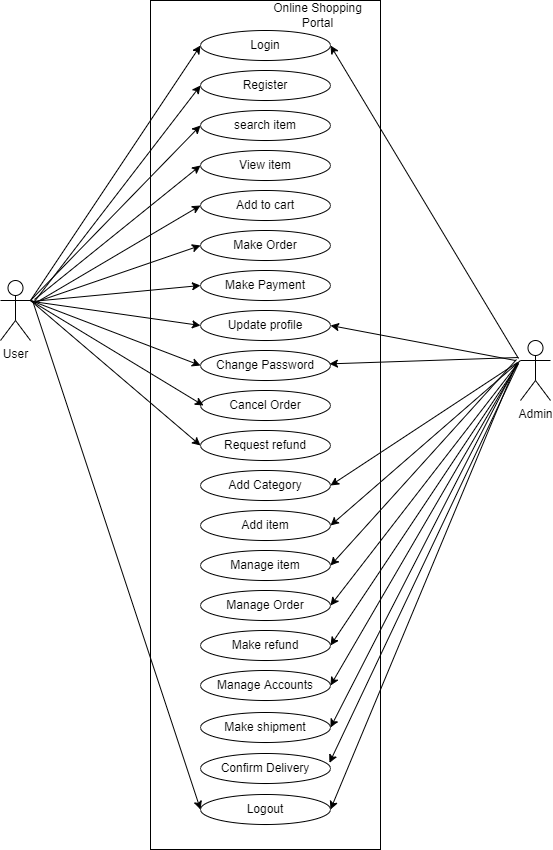
Above: Day-10 Object Modelling diagrams/Online shopping portal/usecase diagram.drawio.png in Mydhili-murali/ust-prograd-training (draw.io), before the change. Source tidied: cells renumbered, new cells last; positions are measured from the earlier drawing's top-left corner, leaving out a move shared by most shapes. Source of this version:
```xml
<mxGraphModel>
  <root>
    <mxCell id="0" />
    <mxCell id="1" parent="0" />
    <mxCell id="2" style="whiteSpace=wrap;html=1;" parent="1" vertex="1">
      <mxGeometry x="150" width="230" height="849" as="geometry" />
    </mxCell>
    <mxCell id="3" value="User" style="shape=umlActor;verticalLabelPosition=bottom;verticalAlign=top;html=1;outlineConnect=0;" parent="1" vertex="1">
      <mxGeometry y="280" width="30" height="60" as="geometry" />
    </mxCell>
    <mxCell id="4" value="Admin" style="shape=umlActor;verticalLabelPosition=bottom;verticalAlign=top;html=1;" parent="1" vertex="1">
      <mxGeometry x="520" y="340" width="30" height="60" as="geometry" />
    </mxCell>
    <mxCell id="5" value="Login" style="ellipse;whiteSpace=wrap;html=1;" parent="1" vertex="1">
      <mxGeometry x="200" y="30" width="130" height="30" as="geometry" />
    </mxCell>
    <mxCell id="6" value="Online Shopping Portal" style="text;html=1;strokeColor=none;fillColor=none;align=center;verticalAlign=middle;whiteSpace=wrap;rounded=0;" parent="1" vertex="1">
      <mxGeometry x="270" width="95" height="30" as="geometry" />
    </mxCell>
    <mxCell id="7" value="Register" style="ellipse;whiteSpace=wrap;html=1;" parent="1" vertex="1">
      <mxGeometry x="200" y="70" width="130" height="30" as="geometry" />
    </mxCell>
    <mxCell id="8" value="search item" style="ellipse;whiteSpace=wrap;html=1;" parent="1" vertex="1">
      <mxGeometry x="200" y="110" width="130" height="30" as="geometry" />
    </mxCell>
    <mxCell id="9" value="View item" style="ellipse;whiteSpace=wrap;html=1;" parent="1" vertex="1">
      <mxGeometry x="200" y="150" width="130" height="30" as="geometry" />
    </mxCell>
    <mxCell id="10" value="Add to cart" style="ellipse;whiteSpace=wrap;html=1;" parent="1" vertex="1">
      <mxGeometry x="200" y="190" width="130" height="30" as="geometry" />
    </mxCell>
    <mxCell id="11" value="Make Order" style="ellipse;whiteSpace=wrap;html=1;" parent="1" vertex="1">
      <mxGeometry x="200" y="230" width="130" height="30" as="geometry" />
    </mxCell>
    <mxCell id="12" value="Make Payment&lt;span style=&quot;color: rgba(0 , 0 , 0 , 0) ; font-family: monospace ; font-size: 0px&quot;&gt;%3CmxGraphModel%3E%3Croot%3E%3CmxCell%20id%3D%220%22%2F%3E%3CmxCell%20id%3D%221%22%20parent%3D%220%22%2F%3E%3CmxCell%20id%3D%222%22%20value%3D%22Login%22%20style%3D%22ellipse%3BwhiteSpace%3Dwrap%3Bhtml%3D1%3B%22%20vertex%3D%221%22%20parent%3D%221%22%3E%3CmxGeometry%20x%3D%22320%22%20y%3D%22260%22%20width%3D%22130%22%20height%3D%2240%22%20as%3D%22geometry%22%2F%3E%3C%2FmxCell%3E%3C%2Froot%3E%3C%2FmxGraphModel%3E&lt;/span&gt;" style="ellipse;whiteSpace=wrap;html=1;" parent="1" vertex="1">
      <mxGeometry x="200" y="270" width="130" height="30" as="geometry" />
    </mxCell>
    <mxCell id="13" value="Update profile" style="ellipse;whiteSpace=wrap;html=1;" parent="1" vertex="1">
      <mxGeometry x="200" y="310" width="130" height="30" as="geometry" />
    </mxCell>
    <mxCell id="14" value="Change Password" style="ellipse;whiteSpace=wrap;html=1;" parent="1" vertex="1">
      <mxGeometry x="200" y="350" width="130" height="30" as="geometry" />
    </mxCell>
    <mxCell id="15" value="Cancel Order" style="ellipse;whiteSpace=wrap;html=1;" parent="1" vertex="1">
      <mxGeometry x="200" y="390" width="130" height="30" as="geometry" />
    </mxCell>
    <mxCell id="16" value="Request refund" style="ellipse;whiteSpace=wrap;html=1;" parent="1" vertex="1">
      <mxGeometry x="200" y="430" width="130" height="30" as="geometry" />
    </mxCell>
    <mxCell id="17" value="Add Category" style="ellipse;whiteSpace=wrap;html=1;" parent="1" vertex="1">
      <mxGeometry x="200" y="470" width="130" height="30" as="geometry" />
    </mxCell>
    <mxCell id="18" value="Add item" style="ellipse;whiteSpace=wrap;html=1;" parent="1" vertex="1">
      <mxGeometry x="200" y="510" width="130" height="30" as="geometry" />
    </mxCell>
    <mxCell id="19" value="Manage item" style="ellipse;whiteSpace=wrap;html=1;" parent="1" vertex="1">
      <mxGeometry x="200" y="550" width="130" height="30" as="geometry" />
    </mxCell>
    <mxCell id="20" value="Manage Order" style="ellipse;whiteSpace=wrap;html=1;" parent="1" vertex="1">
      <mxGeometry x="200" y="590" width="130" height="30" as="geometry" />
    </mxCell>
    <mxCell id="21" value="Make refund" style="ellipse;whiteSpace=wrap;html=1;" parent="1" vertex="1">
      <mxGeometry x="200" y="630" width="130" height="30" as="geometry" />
    </mxCell>
    <mxCell id="22" value="Logout" style="ellipse;whiteSpace=wrap;html=1;" parent="1" vertex="1">
      <mxGeometry x="200" y="794" width="130" height="30" as="geometry" />
    </mxCell>
    <mxCell id="23" value="Manage Accounts" style="ellipse;whiteSpace=wrap;html=1;" parent="1" vertex="1">
      <mxGeometry x="200" y="670" width="130" height="30" as="geometry" />
    </mxCell>
    <mxCell id="24" style="endArrow=classic;html=1;rounded=0;entryX=0;entryY=0.5;entryDx=0;entryDy=0;" parent="1" edge="1" target="16">
      <mxGeometry relative="1" as="geometry">
        <mxPoint x="30" y="300" as="sourcePoint" />
      </mxGeometry>
    </mxCell>
    <mxCell id="25" style="endArrow=classic;html=1;rounded=0;entryX=0;entryY=0.5;entryDx=0;entryDy=0;exitX=1;exitY=0.3333333333333333;exitDx=0;exitDy=0;exitPerimeter=0;" parent="1" edge="1" source="3">
      <mxGeometry relative="1" as="geometry">
        <mxPoint x="203" y="405" as="targetPoint" />
      </mxGeometry>
    </mxCell>
    <mxCell id="26" style="endArrow=classic;html=1;rounded=0;entryX=0;entryY=0.5;entryDx=0;entryDy=0;exitX=1;exitY=0.3333333333333333;exitDx=0;exitDy=0;exitPerimeter=0;" parent="1" edge="1" source="3" target="14">
      <mxGeometry relative="1" as="geometry" />
    </mxCell>
    <mxCell id="27" style="endArrow=classic;html=1;rounded=0;entryX=0;entryY=0.5;entryDx=0;entryDy=0;" parent="1" edge="1" target="13">
      <mxGeometry relative="1" as="geometry">
        <mxPoint x="32" y="301" as="sourcePoint" />
      </mxGeometry>
    </mxCell>
    <mxCell id="28" style="endArrow=classic;html=1;rounded=0;entryX=0;entryY=0.5;entryDx=0;entryDy=0;" parent="1" edge="1" target="12">
      <mxGeometry relative="1" as="geometry">
        <mxPoint x="31" y="301" as="sourcePoint" />
      </mxGeometry>
    </mxCell>
    <mxCell id="29" style="endArrow=classic;html=1;rounded=0;entryX=0;entryY=0.5;entryDx=0;entryDy=0;" parent="1" edge="1" target="11">
      <mxGeometry relative="1" as="geometry">
        <mxPoint x="34" y="302" as="sourcePoint" />
      </mxGeometry>
    </mxCell>
    <mxCell id="30" style="endArrow=classic;html=1;rounded=0;entryX=0;entryY=0.5;entryDx=0;entryDy=0;" parent="1" edge="1" target="10">
      <mxGeometry relative="1" as="geometry">
        <mxPoint x="34" y="303" as="sourcePoint" />
      </mxGeometry>
    </mxCell>
    <mxCell id="31" style="endArrow=classic;html=1;rounded=0;entryX=0;entryY=0.5;entryDx=0;entryDy=0;" parent="1" edge="1" target="9">
      <mxGeometry relative="1" as="geometry">
        <mxPoint x="34" y="299" as="sourcePoint" />
      </mxGeometry>
    </mxCell>
    <mxCell id="32" style="endArrow=classic;html=1;rounded=0;exitX=1;exitY=0.3333333333333333;exitDx=0;exitDy=0;exitPerimeter=0;entryX=0;entryY=0.5;entryDx=0;entryDy=0;" parent="1" edge="1" source="3" target="8">
      <mxGeometry relative="1" as="geometry" />
    </mxCell>
    <mxCell id="33" style="endArrow=classic;html=1;rounded=0;entryX=0;entryY=0.5;entryDx=0;entryDy=0;" parent="1" edge="1" target="7">
      <mxGeometry relative="1" as="geometry">
        <mxPoint x="34" y="301" as="sourcePoint" />
      </mxGeometry>
    </mxCell>
    <mxCell id="34" style="endArrow=classic;html=1;rounded=0;exitX=1;exitY=0.3333333333333333;exitDx=0;exitDy=0;exitPerimeter=0;entryX=0;entryY=0.5;entryDx=0;entryDy=0;" parent="1" edge="1" source="3" target="5">
      <mxGeometry relative="1" as="geometry" />
    </mxCell>
    <mxCell id="35" style="endArrow=classic;html=1;rounded=0;entryX=1;entryY=0.5;entryDx=0;entryDy=0;" parent="1" edge="1" target="5">
      <mxGeometry relative="1" as="geometry">
        <mxPoint x="518" y="358" as="sourcePoint" />
      </mxGeometry>
    </mxCell>
    <mxCell id="36" style="endArrow=classic;html=1;rounded=0;entryX=0.778;entryY=0.428;entryDx=0;entryDy=0;entryPerimeter=0;" parent="1" edge="1" target="2">
      <mxGeometry relative="1" as="geometry">
        <mxPoint x="518" y="357" as="sourcePoint" />
      </mxGeometry>
    </mxCell>
    <mxCell id="37" style="endArrow=classic;html=1;rounded=0;entryX=1;entryY=0.5;entryDx=0;entryDy=0;" parent="1" edge="1" target="17">
      <mxGeometry relative="1" as="geometry">
        <mxPoint x="517" y="362" as="sourcePoint" />
      </mxGeometry>
    </mxCell>
    <mxCell id="38" style="endArrow=classic;html=1;rounded=0;entryX=1;entryY=0.5;entryDx=0;entryDy=0;" parent="1" edge="1" target="18">
      <mxGeometry relative="1" as="geometry">
        <mxPoint x="520" y="360" as="sourcePoint" />
      </mxGeometry>
    </mxCell>
    <mxCell id="39" style="endArrow=classic;html=1;rounded=0;entryX=1;entryY=0.5;entryDx=0;entryDy=0;" parent="1" edge="1" target="19">
      <mxGeometry relative="1" as="geometry">
        <mxPoint x="516" y="359" as="sourcePoint" />
      </mxGeometry>
    </mxCell>
    <mxCell id="40" style="endArrow=classic;html=1;rounded=0;entryX=1;entryY=0.5;entryDx=0;entryDy=0;" parent="1" edge="1" target="20">
      <mxGeometry relative="1" as="geometry">
        <mxPoint x="515" y="366" as="sourcePoint" />
      </mxGeometry>
    </mxCell>
    <mxCell id="41" style="endArrow=classic;html=1;rounded=0;entryX=1;entryY=0.5;entryDx=0;entryDy=0;" parent="1" edge="1" target="21">
      <mxGeometry relative="1" as="geometry">
        <mxPoint x="518" y="363" as="sourcePoint" />
      </mxGeometry>
    </mxCell>
    <mxCell id="42" style="endArrow=classic;html=1;rounded=0;entryX=1;entryY=0.5;entryDx=0;entryDy=0;" parent="1" edge="1" target="23">
      <mxGeometry relative="1" as="geometry">
        <mxPoint x="518" y="362" as="sourcePoint" />
      </mxGeometry>
    </mxCell>
    <mxCell id="43" style="endArrow=classic;html=1;rounded=0;entryX=1;entryY=0.5;entryDx=0;entryDy=0;" parent="1" edge="1" target="22">
      <mxGeometry relative="1" as="geometry">
        <mxPoint x="516" y="363" as="sourcePoint" />
      </mxGeometry>
    </mxCell>
    <mxCell id="44" value="Make shipment" style="ellipse;whiteSpace=wrap;html=1;" parent="1" vertex="1">
      <mxGeometry x="200" y="712" width="130" height="30" as="geometry" />
    </mxCell>
    <mxCell id="45" value="Confirm Delivery" style="ellipse;whiteSpace=wrap;html=1;" parent="1" vertex="1">
      <mxGeometry x="200" y="753" width="130" height="30" as="geometry" />
    </mxCell>
    <mxCell id="46" style="endArrow=classic;html=1;rounded=0;entryX=0.778;entryY=0.898;entryDx=0;entryDy=0;entryPerimeter=0;" parent="1" edge="1" target="2">
      <mxGeometry relative="1" as="geometry">
        <mxPoint x="518" y="363" as="sourcePoint" />
      </mxGeometry>
    </mxCell>
    <mxCell id="47" style="endArrow=classic;html=1;rounded=0;entryX=1;entryY=0.5;entryDx=0;entryDy=0;" parent="1" edge="1" target="44">
      <mxGeometry relative="1" as="geometry">
        <mxPoint x="517" y="362" as="sourcePoint" />
      </mxGeometry>
    </mxCell>
    <mxCell id="48" style="endArrow=classic;html=1;rounded=0;entryX=1;entryY=0.5;entryDx=0;entryDy=0;" parent="1" edge="1" target="13">
      <mxGeometry relative="1" as="geometry">
        <mxPoint x="515" y="360" as="sourcePoint" />
      </mxGeometry>
    </mxCell>
    <mxCell id="49" style="endArrow=classic;html=1;rounded=0;entryX=0;entryY=0.5;entryDx=0;entryDy=0;" parent="1" edge="1" target="22">
      <mxGeometry relative="1" as="geometry">
        <mxPoint x="32" y="300" as="sourcePoint" />
      </mxGeometry>
    </mxCell>
  </root>
</mxGraphModel>
```
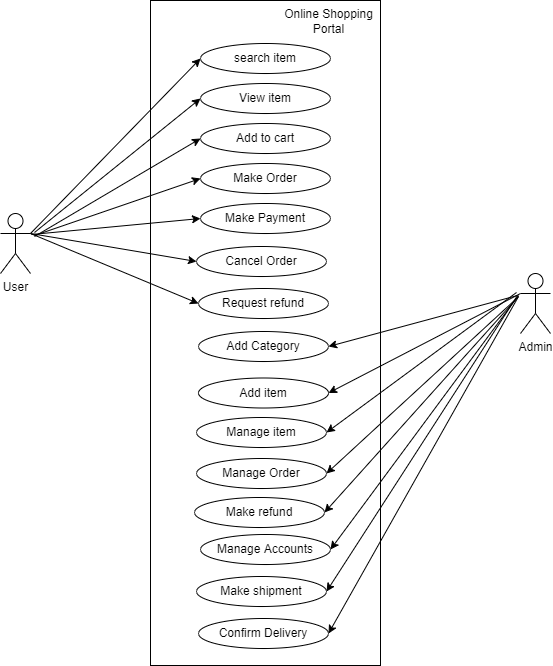
After the commit.

The edit, as a diff of the source:
```diff
@@ -3,7 +3,7 @@
     <mxCell id="0" />
     <mxCell id="1" parent="0" />
     <mxCell id="2" style="whiteSpace=wrap;html=1;" parent="1" vertex="1">
-      <mxGeometry x="150" width="230" height="849" as="geometry" />
+      <mxGeometry x="150" y="67" width="230" height="665" as="geometry" />
     </mxCell>
     <mxCell id="3" value="User" style="shape=umlActor;verticalLabelPosition=bottom;verticalAlign=top;html=1;outlineConnect=0;" parent="1" vertex="1">
       <mxGeometry y="280" width="30" height="60" as="geometry" />
@@ -11,15 +11,9 @@
     <mxCell id="4" value="Admin" style="shape=umlActor;verticalLabelPosition=bottom;verticalAlign=top;html=1;" parent="1" vertex="1">
       <mxGeometry x="520" y="340" width="30" height="60" as="geometry" />
     </mxCell>
-    <mxCell id="5" value="Login" style="ellipse;whiteSpace=wrap;html=1;" parent="1" vertex="1">
-      <mxGeometry x="200" y="30" width="130" height="30" as="geometry" />
-    </mxCell>
     <mxCell id="6" value="Online Shopping Portal" style="text;html=1;strokeColor=none;fillColor=none;align=center;verticalAlign=middle;whiteSpace=wrap;rounded=0;" parent="1" vertex="1">
-      <mxGeometry x="270" width="95" height="30" as="geometry" />
+      <mxGeometry x="281" y="73" width="95" height="30" as="geometry" />
     </mxCell>
-    <mxCell id="7" value="Register" style="ellipse;whiteSpace=wrap;html=1;" parent="1" vertex="1">
-      <mxGeometry x="200" y="70" width="130" height="30" as="geometry" />
-    </mxCell>
     <mxCell id="8" value="search item" style="ellipse;whiteSpace=wrap;html=1;" parent="1" vertex="1">
       <mxGeometry x="200" y="110" width="130" height="30" as="geometry" />
     </mxCell>
@@ -35,57 +29,38 @@
     <mxCell id="12" value="Make Payment&lt;span style=&quot;color: rgba(0 , 0 , 0 , 0) ; font-family: monospace ; font-size: 0px&quot;&gt;%3CmxGraphModel%3E%3Croot%3E%3CmxCell%20id%3D%220%22%2F%3E%3CmxCell%20id%3D%221%22%20parent%3D%220%22%2F%3E%3CmxCell%20id%3D%222%22%20value%3D%22Login%22%20style%3D%22ellipse%3BwhiteSpace%3Dwrap%3Bhtml%3D1%3B%22%20vertex%3D%221%22%20parent%3D%221%22%3E%3CmxGeometry%20x%3D%22320%22%20y%3D%22260%22%20width%3D%22130%22%20height%3D%2240%22%20as%3D%22geometry%22%2F%3E%3C%2FmxCell%3E%3C%2Froot%3E%3C%2FmxGraphModel%3E&lt;/span&gt;" style="ellipse;whiteSpace=wrap;html=1;" parent="1" vertex="1">
       <mxGeometry x="200" y="270" width="130" height="30" as="geometry" />
     </mxCell>
-    <mxCell id="13" value="Update profile" style="ellipse;whiteSpace=wrap;html=1;" parent="1" vertex="1">
-      <mxGeometry x="200" y="310" width="130" height="30" as="geometry" />
-    </mxCell>
-    <mxCell id="14" value="Change Password" style="ellipse;whiteSpace=wrap;html=1;" parent="1" vertex="1">
-      <mxGeometry x="200" y="350" width="130" height="30" as="geometry" />
-    </mxCell>
     <mxCell id="15" value="Cancel Order" style="ellipse;whiteSpace=wrap;html=1;" parent="1" vertex="1">
-      <mxGeometry x="200" y="390" width="130" height="30" as="geometry" />
+      <mxGeometry x="196" y="313" width="130" height="30" as="geometry" />
     </mxCell>
     <mxCell id="16" value="Request refund" style="ellipse;whiteSpace=wrap;html=1;" parent="1" vertex="1">
-      <mxGeometry x="200" y="430" width="130" height="30" as="geometry" />
+      <mxGeometry x="198" y="355" width="130" height="30" as="geometry" />
     </mxCell>
     <mxCell id="17" value="Add Category" style="ellipse;whiteSpace=wrap;html=1;" parent="1" vertex="1">
-      <mxGeometry x="200" y="470" width="130" height="30" as="geometry" />
+      <mxGeometry x="198" y="398" width="130" height="30" as="geometry" />
     </mxCell>
     <mxCell id="18" value="Add item" style="ellipse;whiteSpace=wrap;html=1;" parent="1" vertex="1">
-      <mxGeometry x="200" y="510" width="130" height="30" as="geometry" />
+      <mxGeometry x="198" y="444.5" width="130" height="30" as="geometry" />
     </mxCell>
     <mxCell id="19" value="Manage item" style="ellipse;whiteSpace=wrap;html=1;" parent="1" vertex="1">
-      <mxGeometry x="200" y="550" width="130" height="30" as="geometry" />
+      <mxGeometry x="196" y="484" width="130" height="30" as="geometry" />
     </mxCell>
     <mxCell id="20" value="Manage Order" style="ellipse;whiteSpace=wrap;html=1;" parent="1" vertex="1">
-      <mxGeometry x="200" y="590" width="130" height="30" as="geometry" />
+      <mxGeometry x="196" y="525" width="130" height="30" as="geometry" />
     </mxCell>
     <mxCell id="21" value="Make refund" style="ellipse;whiteSpace=wrap;html=1;" parent="1" vertex="1">
-      <mxGeometry x="200" y="630" width="130" height="30" as="geometry" />
+      <mxGeometry x="194" y="564" width="130" height="30" as="geometry" />
     </mxCell>
-    <mxCell id="22" value="Logout" style="ellipse;whiteSpace=wrap;html=1;" parent="1" vertex="1">
-      <mxGeometry x="200" y="794" width="130" height="30" as="geometry" />
-    </mxCell>
     <mxCell id="23" value="Manage Accounts" style="ellipse;whiteSpace=wrap;html=1;" parent="1" vertex="1">
-      <mxGeometry x="200" y="670" width="130" height="30" as="geometry" />
+      <mxGeometry x="200" y="601" width="130" height="30" as="geometry" />
     </mxCell>
     <mxCell id="24" style="endArrow=classic;html=1;rounded=0;entryX=0;entryY=0.5;entryDx=0;entryDy=0;" parent="1" edge="1" target="16">
       <mxGeometry relative="1" as="geometry">
         <mxPoint x="30" y="300" as="sourcePoint" />
       </mxGeometry>
     </mxCell>
-    <mxCell id="25" style="endArrow=classic;html=1;rounded=0;entryX=0;entryY=0.5;entryDx=0;entryDy=0;exitX=1;exitY=0.3333333333333333;exitDx=0;exitDy=0;exitPerimeter=0;" parent="1" edge="1" source="3">
-      <mxGeometry relative="1" as="geometry">
-        <mxPoint x="203" y="405" as="targetPoint" />
-      </mxGeometry>
+    <mxCell id="25" style="endArrow=classic;html=1;rounded=0;entryX=0;entryY=0.5;entryDx=0;entryDy=0;exitX=1;exitY=0.3333333333333333;exitDx=0;exitDy=0;exitPerimeter=0;" parent="1" edge="1" source="3" target="15">
+      <mxGeometry relative="1" as="geometry" />
     </mxCell>
-    <mxCell id="26" style="endArrow=classic;html=1;rounded=0;entryX=0;entryY=0.5;entryDx=0;entryDy=0;exitX=1;exitY=0.3333333333333333;exitDx=0;exitDy=0;exitPerimeter=0;" parent="1" edge="1" source="3" target="14">
-      <mxGeometry relative="1" as="geometry" />
-    </mxCell>
-    <mxCell id="27" style="endArrow=classic;html=1;rounded=0;entryX=0;entryY=0.5;entryDx=0;entryDy=0;" parent="1" edge="1" target="13">
-      <mxGeometry relative="1" as="geometry">
-        <mxPoint x="32" y="301" as="sourcePoint" />
-      </mxGeometry>
-    </mxCell>
     <mxCell id="28" style="endArrow=classic;html=1;rounded=0;entryX=0;entryY=0.5;entryDx=0;entryDy=0;" parent="1" edge="1" target="12">
       <mxGeometry relative="1" as="geometry">
         <mxPoint x="31" y="301" as="sourcePoint" />
@@ -109,24 +84,6 @@
     <mxCell id="32" style="endArrow=classic;html=1;rounded=0;exitX=1;exitY=0.3333333333333333;exitDx=0;exitDy=0;exitPerimeter=0;entryX=0;entryY=0.5;entryDx=0;entryDy=0;" parent="1" edge="1" source="3" target="8">
       <mxGeometry relative="1" as="geometry" />
     </mxCell>
-    <mxCell id="33" style="endArrow=classic;html=1;rounded=0;entryX=0;entryY=0.5;entryDx=0;entryDy=0;" parent="1" edge="1" target="7">
-      <mxGeometry relative="1" as="geometry">
-        <mxPoint x="34" y="301" as="sourcePoint" />
-      </mxGeometry>
-    </mxCell>
-    <mxCell id="34" style="endArrow=classic;html=1;rounded=0;exitX=1;exitY=0.3333333333333333;exitDx=0;exitDy=0;exitPerimeter=0;entryX=0;entryY=0.5;entryDx=0;entryDy=0;" parent="1" edge="1" source="3" target="5">
-      <mxGeometry relative="1" as="geometry" />
-    </mxCell>
-    <mxCell id="35" style="endArrow=classic;html=1;rounded=0;entryX=1;entryY=0.5;entryDx=0;entryDy=0;" parent="1" edge="1" target="5">
-      <mxGeometry relative="1" as="geometry">
-        <mxPoint x="518" y="358" as="sourcePoint" />
-      </mxGeometry>
-    </mxCell>
-    <mxCell id="36" style="endArrow=classic;html=1;rounded=0;entryX=0.778;entryY=0.428;entryDx=0;entryDy=0;entryPerimeter=0;" parent="1" edge="1" target="2">
-      <mxGeometry relative="1" as="geometry">
-        <mxPoint x="518" y="357" as="sourcePoint" />
-      </mxGeometry>
-    </mxCell>
     <mxCell id="37" style="endArrow=classic;html=1;rounded=0;entryX=1;entryY=0.5;entryDx=0;entryDy=0;" parent="1" edge="1" target="17">
       <mxGeometry relative="1" as="geometry">
         <mxPoint x="517" y="362" as="sourcePoint" />
@@ -157,18 +114,13 @@
         <mxPoint x="518" y="362" as="sourcePoint" />
       </mxGeometry>
     </mxCell>
-    <mxCell id="43" style="endArrow=classic;html=1;rounded=0;entryX=1;entryY=0.5;entryDx=0;entryDy=0;" parent="1" edge="1" target="22">
-      <mxGeometry relative="1" as="geometry">
-        <mxPoint x="516" y="363" as="sourcePoint" />
-      </mxGeometry>
-    </mxCell>
     <mxCell id="44" value="Make shipment" style="ellipse;whiteSpace=wrap;html=1;" parent="1" vertex="1">
-      <mxGeometry x="200" y="712" width="130" height="30" as="geometry" />
+      <mxGeometry x="196" y="643" width="130" height="30" as="geometry" />
     </mxCell>
     <mxCell id="45" value="Confirm Delivery" style="ellipse;whiteSpace=wrap;html=1;" parent="1" vertex="1">
-      <mxGeometry x="200" y="753" width="130" height="30" as="geometry" />
+      <mxGeometry x="198" y="685" width="130" height="30" as="geometry" />
     </mxCell>
-    <mxCell id="46" style="endArrow=classic;html=1;rounded=0;entryX=0.778;entryY=0.898;entryDx=0;entryDy=0;entryPerimeter=0;" parent="1" edge="1" target="2">
+    <mxCell id="46" style="endArrow=classic;html=1;rounded=0;entryX=1;entryY=0.5;entryDx=0;entryDy=0;" parent="1" edge="1" target="45">
       <mxGeometry relative="1" as="geometry">
         <mxPoint x="518" y="363" as="sourcePoint" />
       </mxGeometry>
@@ -178,15 +130,5 @@
         <mxPoint x="517" y="362" as="sourcePoint" />
       </mxGeometry>
     </mxCell>
-    <mxCell id="48" style="endArrow=classic;html=1;rounded=0;entryX=1;entryY=0.5;entryDx=0;entryDy=0;" parent="1" edge="1" target="13">
-      <mxGeometry relative="1" as="geometry">
-        <mxPoint x="515" y="360" as="sourcePoint" />
-      </mxGeometry>
-    </mxCell>
-    <mxCell id="49" style="endArrow=classic;html=1;rounded=0;entryX=0;entryY=0.5;entryDx=0;entryDy=0;" parent="1" edge="1" target="22">
-      <mxGeometry relative="1" as="geometry">
-        <mxPoint x="32" y="300" as="sourcePoint" />
-      </mxGeometry>
-    </mxCell>
   </root>
 </mxGraphModel>
```
